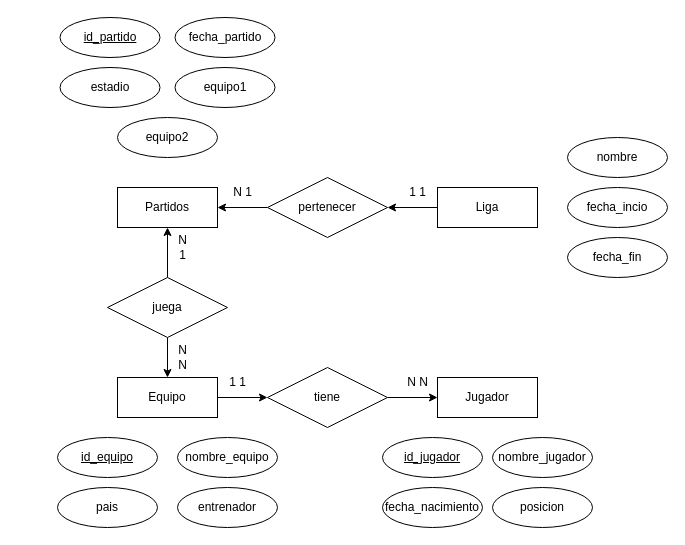
This is ej10.drawio from adriii28/amr-tsys-C3U12-11102023, a draw.io file, before an edit. Source tidied: cells renumbered, new cells numbered last; positions are measured from the earlier drawing's top-left corner, leaving out a move shared by most shapes. Both pictures are drawn from the tidied source at 100%, with x=0, y=0 at pixel (57, 17).
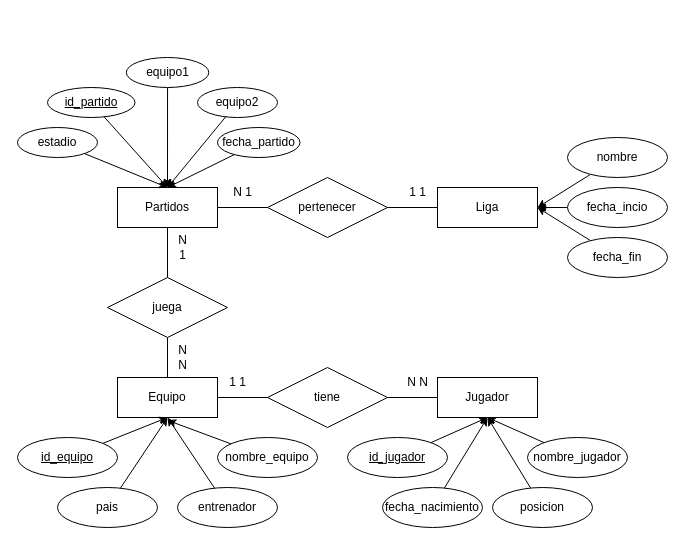
The same page after the edit.

The change refers to these unchanged cells:
```xml
<mxCell id="3" value="Equipo" style="whiteSpace=wrap;html=1;align=center;" parent="1" vertex="1">
  <mxGeometry x="60" y="360" width="100" height="40" as="geometry" />
</mxCell>
<mxCell id="4" value="Jugador" style="whiteSpace=wrap;html=1;align=center;" parent="1" vertex="1">
  <mxGeometry x="380" y="360" width="100" height="40" as="geometry" />
</mxCell>
<mxCell id="5" value="Partidos" style="whiteSpace=wrap;html=1;align=center;" parent="1" vertex="1">
  <mxGeometry x="60" y="170" width="100" height="40" as="geometry" />
</mxCell>
<mxCell id="10" value="fecha_nacimiento" style="ellipse;whiteSpace=wrap;html=1;align=center;" parent="1" vertex="1">
  <mxGeometry x="325" y="470" width="100" height="40" as="geometry" />
</mxCell>
<mxCell id="11" value="pais" style="ellipse;whiteSpace=wrap;html=1;align=center;" parent="1" vertex="1">
  <mxGeometry y="470" width="100" height="40" as="geometry" />
</mxCell>
<mxCell id="12" value="entrenador" style="ellipse;whiteSpace=wrap;html=1;align=center;" parent="1" vertex="1">
  <mxGeometry x="120" y="470" width="100" height="40" as="geometry" />
</mxCell>
<mxCell id="13" value="posicion" style="ellipse;whiteSpace=wrap;html=1;align=center;" parent="1" vertex="1">
  <mxGeometry x="435" y="470" width="100" height="40" as="geometry" />
</mxCell>
<mxCell id="20" value="tiene" style="shape=rhombus;perimeter=rhombusPerimeter;whiteSpace=wrap;html=1;align=center;" parent="1" vertex="1">
  <mxGeometry x="210" y="350" width="120" height="60" as="geometry" />
</mxCell>
<mxCell id="22" value="Liga" style="whiteSpace=wrap;html=1;align=center;" parent="1" vertex="1">
  <mxGeometry x="380" y="170" width="100" height="40" as="geometry" />
</mxCell>
<mxCell id="25" value="juega" style="shape=rhombus;perimeter=rhombusPerimeter;whiteSpace=wrap;html=1;align=center;" parent="1" vertex="1">
  <mxGeometry x="50" y="260" width="120" height="60" as="geometry" />
</mxCell>
<mxCell id="27" value="pertenecer" style="shape=rhombus;perimeter=rhombusPerimeter;whiteSpace=wrap;html=1;align=center;" parent="1" vertex="1">
  <mxGeometry x="210" y="160" width="120" height="60" as="geometry" />
</mxCell>
<mxCell id="28" value="nombre" style="ellipse;whiteSpace=wrap;html=1;align=center;" parent="1" vertex="1">
  <mxGeometry x="510" y="120" width="100" height="40" as="geometry" />
</mxCell>
<mxCell id="29" value="fecha_incio" style="ellipse;whiteSpace=wrap;html=1;align=center;" parent="1" vertex="1">
  <mxGeometry x="510" y="170" width="100" height="40" as="geometry" />
</mxCell>
<mxCell id="30" value="fecha_fin" style="ellipse;whiteSpace=wrap;html=1;align=center;" parent="1" vertex="1">
  <mxGeometry x="510" y="220" width="100" height="40" as="geometry" />
</mxCell>
```

Diff of the diagram source:
```diff
@@
-    <mxCell id="2" style="edgeStyle=orthogonalEdgeStyle;rounded=0;jettySize=auto;html=1;entryX=0;entryY=0.5;entryDx=0;entryDy=0;" parent="1" edge="1" source="3" target="20">
+    <mxCell id="2" style="rounded=0;jettySize=auto;html=1;entryX=0;entryY=0.5;entryDx=0;entryDy=0;endArrow=none;endFill=0;" parent="1" edge="1" source="3" target="20">
       <mxGeometry relative="1" as="geometry" />
     </mxCell>
@@
+    <mxCell id="37" style="rounded=0;jettySize=auto;html=1;entryX=0.5;entryY=1;entryDx=0;entryDy=0;" parent="1" edge="1" source="6" target="3">
+      <mxGeometry relative="1" as="geometry" />
+    </mxCell>
     <mxCell id="6" value="id_equipo" style="ellipse;whiteSpace=wrap;html=1;align=center;fontStyle=4;" parent="1" vertex="1">
-      <mxGeometry y="420" width="100" height="40" as="geometry" />
+      <mxGeometry x="-40" y="420" width="100" height="40" as="geometry" />
     </mxCell>
+    <mxCell id="38" style="rounded=0;jettySize=auto;html=1;entryX=0.5;entryY=1;entryDx=0;entryDy=0;" parent="1" edge="1" source="7" target="4">
+      <mxGeometry relative="1" as="geometry" />
+    </mxCell>
     <mxCell id="7" value="id_jugador" style="ellipse;whiteSpace=wrap;html=1;align=center;fontStyle=4;" parent="1" vertex="1">
-      <mxGeometry x="325" y="420" width="100" height="40" as="geometry" />
+      <mxGeometry x="290" y="420" width="100" height="40" as="geometry" />
     </mxCell>
     <mxCell id="8" value="nombre_equipo" style="ellipse;whiteSpace=wrap;html=1;align=center;" parent="1" vertex="1">
-      <mxGeometry x="120" y="420" width="100" height="40" as="geometry" />
+      <mxGeometry x="160" y="420" width="100" height="40" as="geometry" />
     </mxCell>
+    <mxCell id="39" style="rounded=0;jettySize=auto;html=1;entryX=0.5;entryY=1;entryDx=0;entryDy=0;" parent="1" edge="1" source="9" target="4">
+      <mxGeometry relative="1" as="geometry" />
+    </mxCell>
     <mxCell id="9" value="nombre_jugador" style="ellipse;whiteSpace=wrap;html=1;align=center;" parent="1" vertex="1">
-      <mxGeometry x="435" y="420" width="100" height="40" as="geometry" />
+      <mxGeometry x="470" y="420" width="100" height="40" as="geometry" />
     </mxCell>
+    <mxCell id="40" style="rounded=0;jettySize=auto;html=1;entryX=0.5;entryY=1;entryDx=0;entryDy=0;" parent="1" edge="1" source="10" target="4">
+      <mxGeometry relative="1" as="geometry" />
+    </mxCell>
@@
+    <mxCell id="41" style="rounded=0;jettySize=auto;html=1;entryX=0.5;entryY=1;entryDx=0;entryDy=0;" parent="1" edge="1" source="11" target="3">
+      <mxGeometry relative="1" as="geometry" />
+    </mxCell>
@@
+    <mxCell id="42" style="rounded=0;jettySize=auto;html=1;entryX=0.5;entryY=1;entryDx=0;entryDy=0;" parent="1" edge="1" source="12" target="3">
+      <mxGeometry relative="1" as="geometry" />
+    </mxCell>
@@
+    <mxCell id="43" style="rounded=0;jettySize=auto;html=1;entryX=0.5;entryY=1;entryDx=0;entryDy=0;" parent="1" edge="1" source="13" target="4">
+      <mxGeometry relative="1" as="geometry" />
+    </mxCell>
@@
+    <mxCell id="44" style="rounded=0;jettySize=auto;html=1;entryX=0.5;entryY=0;entryDx=0;entryDy=0;" parent="1" edge="1" source="14" target="5">
+      <mxGeometry relative="1" as="geometry" />
+    </mxCell>
     <mxCell id="14" value="id_partido" style="ellipse;whiteSpace=wrap;html=1;align=center;fontStyle=4;" parent="1" vertex="1">
-      <mxGeometry x="2.5" width="100" height="40" as="geometry" />
+      <mxGeometry x="-10" y="70" width="87.5" height="30" as="geometry" />
     </mxCell>
     <mxCell id="15" value="fecha_partido" style="ellipse;whiteSpace=wrap;html=1;align=center;" parent="1" vertex="1">
-      <mxGeometry x="117.5" width="100" height="40" as="geometry" />
+      <mxGeometry x="160" y="110" width="82.5" height="30" as="geometry" />
     </mxCell>
+    <mxCell id="45" style="rounded=0;jettySize=auto;html=1;entryX=0.5;entryY=0;entryDx=0;entryDy=0;" parent="1" edge="1" source="16" target="5">
+      <mxGeometry relative="1" as="geometry" />
+    </mxCell>
     <mxCell id="16" value="estadio" style="ellipse;whiteSpace=wrap;html=1;align=center;" parent="1" vertex="1">
-      <mxGeometry x="2.5" y="50" width="100" height="40" as="geometry" />
+      <mxGeometry x="-40" y="110" width="80" height="30" as="geometry" />
     </mxCell>
+    <mxCell id="46" style="rounded=0;jettySize=auto;html=1;entryX=0.5;entryY=0;entryDx=0;entryDy=0;" parent="1" edge="1" source="17" target="5">
+      <mxGeometry relative="1" as="geometry" />
+    </mxCell>
     <mxCell id="17" value="equipo1" style="ellipse;whiteSpace=wrap;html=1;align=center;" parent="1" vertex="1">
-      <mxGeometry x="117.5" y="50" width="100" height="40" as="geometry" />
+      <mxGeometry x="68.8" y="40" width="82.5" height="30" as="geometry" />
     </mxCell>
     <mxCell id="18" value="equipo2" style="ellipse;whiteSpace=wrap;html=1;align=center;" parent="1" vertex="1">
-      <mxGeometry x="60" y="100" width="100" height="40" as="geometry" />
+      <mxGeometry x="140" y="70" width="80" height="30" as="geometry" />
     </mxCell>
-    <mxCell id="19" style="edgeStyle=orthogonalEdgeStyle;rounded=0;jettySize=auto;html=1;" parent="1" edge="1" source="20" target="4">
+    <mxCell id="19" style="rounded=0;jettySize=auto;html=1;endArrow=none;endFill=0;" parent="1" edge="1" source="20" target="4">
       <mxGeometry relative="1" as="geometry" />
     </mxCell>
@@
-    <mxCell id="21" style="edgeStyle=orthogonalEdgeStyle;rounded=0;jettySize=auto;html=1;entryX=1;entryY=0.5;entryDx=0;entryDy=0;" parent="1" edge="1" source="22" target="27">
+    <mxCell id="21" style="rounded=0;jettySize=auto;html=1;entryX=1;entryY=0.5;entryDx=0;entryDy=0;endArrow=none;endFill=0;" parent="1" edge="1" source="22" target="27">
       <mxGeometry relative="1" as="geometry" />
     </mxCell>
@@
-    <mxCell id="23" style="edgeStyle=orthogonalEdgeStyle;rounded=0;jettySize=auto;html=1;entryX=0.5;entryY=0;entryDx=0;entryDy=0;" parent="1" edge="1" source="25" target="3">
+    <mxCell id="23" style="rounded=0;jettySize=auto;html=1;entryX=0.5;entryY=0;entryDx=0;entryDy=0;endArrow=none;endFill=0;" parent="1" edge="1" source="25" target="3">
       <mxGeometry relative="1" as="geometry" />
     </mxCell>
-    <mxCell id="24" style="edgeStyle=orthogonalEdgeStyle;rounded=0;jettySize=auto;html=1;entryX=0.5;entryY=1;entryDx=0;entryDy=0;" parent="1" edge="1" source="25" target="5">
+    <mxCell id="24" style="rounded=0;jettySize=auto;html=1;entryX=0.5;entryY=1;entryDx=0;entryDy=0;endArrow=none;endFill=0;" parent="1" edge="1" source="25" target="5">
       <mxGeometry relative="1" as="geometry" />
     </mxCell>
@@
-    <mxCell id="26" style="edgeStyle=orthogonalEdgeStyle;rounded=0;jettySize=auto;html=1;" parent="1" edge="1" source="27" target="5">
+    <mxCell id="26" style="rounded=0;jettySize=auto;html=1;endArrow=none;endFill=0;" parent="1" edge="1" source="27" target="5">
       <mxGeometry relative="1" as="geometry" />
     </mxCell>
@@
+    <mxCell id="47" style="rounded=0;jettySize=auto;html=1;entryX=1;entryY=0.5;entryDx=0;entryDy=0;" parent="1" edge="1" source="28" target="22">
+      <mxGeometry relative="1" as="geometry" />
+    </mxCell>
@@
+    <mxCell id="48" style="edgeStyle=orthogonalEdgeStyle;rounded=0;jettySize=auto;html=1;entryX=1;entryY=0.5;entryDx=0;entryDy=0;" parent="1" edge="1" source="29" target="22">
+      <mxGeometry relative="1" as="geometry" />
+    </mxCell>
@@
+    <mxCell id="49" style="rounded=0;jettySize=auto;html=1;entryX=1;entryY=0.5;entryDx=0;entryDy=0;" parent="1" edge="1" source="30" target="22">
+      <mxGeometry relative="1" as="geometry" />
+    </mxCell>
@@
+    <mxCell id="50" style="rounded=0;jettySize=auto;html=1;entryX=0.5;entryY=0;entryDx=0;entryDy=0;" parent="1" edge="1" source="18" target="5">
+      <mxGeometry relative="1" as="geometry" />
+    </mxCell>
+    <mxCell id="51" style="rounded=0;jettySize=auto;html=1;entryX=0.5;entryY=0;entryDx=0;entryDy=0;" parent="1" edge="1" source="15" target="5">
+      <mxGeometry relative="1" as="geometry" />
+    </mxCell>
+    <mxCell id="52" style="rounded=0;jettySize=auto;html=1;entryX=0.501;entryY=1.071;entryDx=0;entryDy=0;entryPerimeter=0;" parent="1" edge="1" source="8" target="3">
+      <mxGeometry relative="1" as="geometry" />
+    </mxCell>
```
